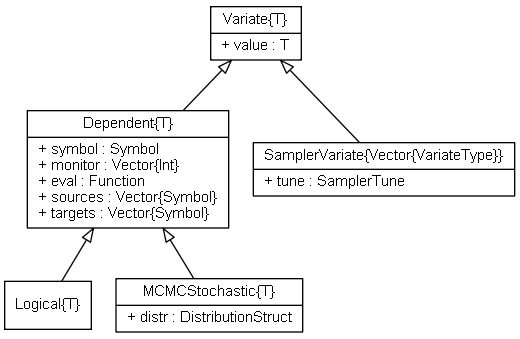
This is doc/images/variateUML.png from brian-j-smith/Mamba.jl, a Graphviz export, as it was before one commit. Its source is kept beside it as doc/images/variateUML.dot.
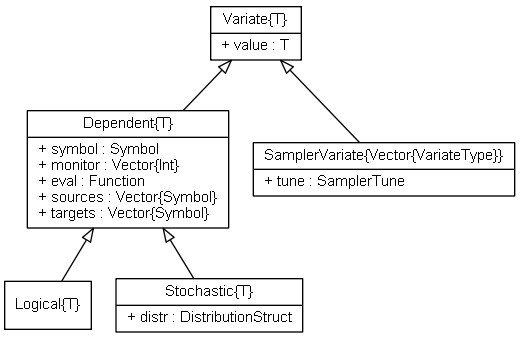
After the change.

Diff of the diagram source:
```diff
@@ -12,13 +12,13 @@
 
 	Logical [label = "{Logical\{T\}}"]
 
-	MCMCStochastic [label = "{MCMCStochastic\{T\}|+ distr : DistributionStruct\l}"]
+	Stochastic [label = "{Stochastic\{T\}|+ distr : DistributionStruct\l}"]
 
 	SamplerVariate [label = "{SamplerVariate\{Vector\{VariateType\}\}|+ tune : SamplerTune\l}"]
 
 	Variate -> Dependent
 	Dependent -> Logical
-	Dependent -> MCMCStochastic
+	Dependent -> Stochastic
 	Variate -> SamplerVariate
 
 }
```
